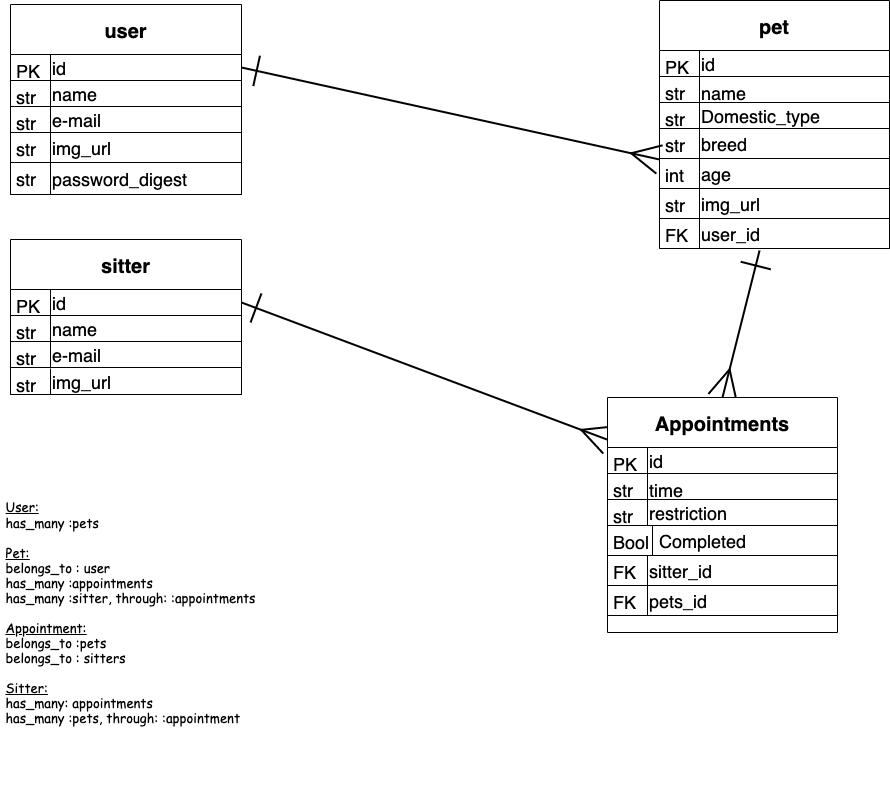
Earlier version of the draw.io export PetCareERD.png (JohnJoseph2019/Pet-Care). Source tidied: cells renumbered, new cells last; positions are measured from the earlier drawing's top-left corner, leaving out a move shared by most shapes.
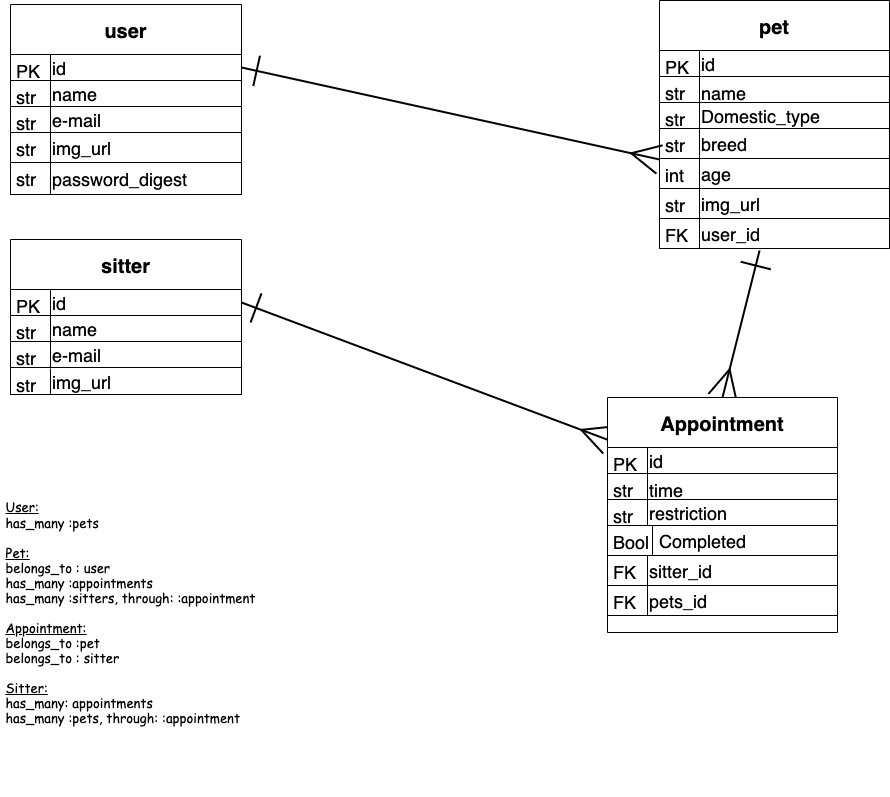
After the change.

Change to the diagram source:
```diff
@@ -11,7 +11,7 @@
     <mxCell id="4" style="edgeStyle=none;rounded=0;comic=0;jettySize=auto;html=1;exitX=1;exitY=0.5;exitDx=0;exitDy=0;entryX=0.004;entryY=0.181;entryDx=0;entryDy=0;startArrow=ERone;startFill=0;startSize=28;endArrow=ERmany;endFill=0;endSize=26;strokeColor=#000000;strokeWidth=2;fontSize=18;entryPerimeter=0;" parent="1" edge="1" source="7" target="43">
       <mxGeometry relative="1" as="geometry" />
     </mxCell>
-    <mxCell id="5" value="&lt;p style=&quot;line-height: 90%&quot;&gt;&lt;/p&gt;&lt;div style=&quot;text-align: left&quot;&gt;&lt;u style=&quot;font-size: 13px&quot;&gt;&lt;font face=&quot;Comic Sans MS&quot;&gt;User:&lt;/font&gt;&lt;/u&gt;&lt;/div&gt;&lt;font style=&quot;font-size: 13px&quot; face=&quot;Comic Sans MS&quot;&gt;&lt;div style=&quot;text-align: left&quot;&gt;&lt;span&gt;has_many :pets&lt;/span&gt;&lt;/div&gt;&lt;div style=&quot;text-align: left&quot;&gt;&lt;span&gt;&lt;br&gt;&lt;/span&gt;&lt;/div&gt;&lt;u&gt;&lt;div style=&quot;text-align: left&quot;&gt;&lt;u&gt;Pet:&lt;/u&gt;&lt;/div&gt;&lt;/u&gt;&lt;div style=&quot;text-align: left&quot;&gt;&lt;span&gt;belongs_to : user&lt;/span&gt;&lt;/div&gt;&lt;div style=&quot;text-align: left&quot;&gt;&lt;span&gt;has_many :appointments&lt;/span&gt;&lt;/div&gt;&lt;div style=&quot;text-align: left&quot;&gt;&lt;span&gt;has_many :sitter, through: :appointments&lt;/span&gt;&lt;/div&gt;&lt;div style=&quot;text-align: left&quot;&gt;&lt;span&gt;&lt;br&gt;&lt;/span&gt;&lt;/div&gt;&lt;u&gt;&lt;div style=&quot;text-align: left&quot;&gt;&lt;u&gt;Appointment:&lt;/u&gt;&lt;/div&gt;&lt;/u&gt;&lt;div style=&quot;text-align: left&quot;&gt;&lt;span&gt;belongs_to :pets&lt;/span&gt;&lt;/div&gt;&lt;div style=&quot;text-align: left&quot;&gt;&lt;span&gt;belongs_to : sitters&lt;/span&gt;&lt;/div&gt;&lt;div style=&quot;text-align: left&quot;&gt;&lt;span&gt;&lt;br&gt;&lt;/span&gt;&lt;/div&gt;&lt;u&gt;&lt;div style=&quot;text-align: left&quot;&gt;&lt;u&gt;Sitter:&lt;/u&gt;&lt;/div&gt;&lt;/u&gt;&lt;div style=&quot;text-align: left&quot;&gt;&lt;span&gt;has_many: appointments&lt;/span&gt;&lt;/div&gt;&lt;div style=&quot;text-align: left&quot;&gt;&lt;span&gt;has_many :pets, through: :appointment&lt;/span&gt;&lt;/div&gt;&lt;/font&gt;&lt;p&gt;&lt;/p&gt;" style="text;html=1;align=center;verticalAlign=middle;fillColor=none;strokeColor=none;rounded=0;fontSize=18;" parent="1" vertex="1">
+    <mxCell id="5" value="&lt;p style=&quot;line-height: 90%&quot;&gt;&lt;/p&gt;&lt;div style=&quot;text-align: left&quot;&gt;&lt;u style=&quot;font-size: 13px&quot;&gt;&lt;font face=&quot;Comic Sans MS&quot;&gt;User:&lt;/font&gt;&lt;/u&gt;&lt;/div&gt;&lt;font style=&quot;font-size: 13px&quot; face=&quot;Comic Sans MS&quot;&gt;&lt;div style=&quot;text-align: left&quot;&gt;&lt;span&gt;has_many :pets&lt;/span&gt;&lt;/div&gt;&lt;div style=&quot;text-align: left&quot;&gt;&lt;span&gt;&lt;br&gt;&lt;/span&gt;&lt;/div&gt;&lt;u&gt;&lt;div style=&quot;text-align: left&quot;&gt;&lt;u&gt;Pet:&lt;/u&gt;&lt;/div&gt;&lt;/u&gt;&lt;div style=&quot;text-align: left&quot;&gt;&lt;span&gt;belongs_to : user&lt;/span&gt;&lt;/div&gt;&lt;div style=&quot;text-align: left&quot;&gt;&lt;span&gt;has_many :appointments&lt;/span&gt;&lt;/div&gt;&lt;div style=&quot;text-align: left&quot;&gt;&lt;span&gt;has_many :sitters, through: :appointment&lt;/span&gt;&lt;/div&gt;&lt;div style=&quot;text-align: left&quot;&gt;&lt;span&gt;&lt;br&gt;&lt;/span&gt;&lt;/div&gt;&lt;u&gt;&lt;div style=&quot;text-align: left&quot;&gt;&lt;u&gt;Appointment:&lt;/u&gt;&lt;/div&gt;&lt;/u&gt;&lt;div style=&quot;text-align: left&quot;&gt;&lt;span&gt;belongs_to :pet&lt;/span&gt;&lt;/div&gt;&lt;div style=&quot;text-align: left&quot;&gt;&lt;span&gt;belongs_to : sitter&lt;/span&gt;&lt;/div&gt;&lt;div style=&quot;text-align: left&quot;&gt;&lt;span&gt;&lt;br&gt;&lt;/span&gt;&lt;/div&gt;&lt;u&gt;&lt;div style=&quot;text-align: left&quot;&gt;&lt;u&gt;Sitter:&lt;/u&gt;&lt;/div&gt;&lt;/u&gt;&lt;div style=&quot;text-align: left&quot;&gt;&lt;span&gt;has_many: appointments&lt;/span&gt;&lt;/div&gt;&lt;div style=&quot;text-align: left&quot;&gt;&lt;span&gt;has_many :pets, through: :appointment&lt;/span&gt;&lt;/div&gt;&lt;/font&gt;&lt;p&gt;&lt;/p&gt;" style="text;html=1;align=center;verticalAlign=middle;fillColor=none;strokeColor=none;rounded=0;fontSize=18;" parent="1" vertex="1">
       <mxGeometry y="424" width="260" height="372" as="geometry" />
     </mxCell>
     <mxCell id="6" value="sitter" style="swimlane;fontStyle=1;horizontal=1;startSize=50;rounded=0;shadow=0;strokeWidth=1;fontSize=20;" parent="1" vertex="1">
@@ -125,7 +125,7 @@
     <mxCell id="42" value="str" style="shape=partialRectangle;top=0;left=0;bottom=0;fillColor=none;align=left;verticalAlign=top;spacingLeft=4;spacingRight=4;overflow=hidden;fontSize=18;" parent="41" vertex="1">
       <mxGeometry width="40" height="26" as="geometry" />
     </mxCell>
-    <mxCell id="43" value="Appointments" style="swimlane;fontStyle=1;horizontal=1;startSize=50;rounded=0;shadow=0;strokeWidth=1;fontSize=20;" parent="1" vertex="1">
+    <mxCell id="43" value="Appointment" style="swimlane;fontStyle=1;horizontal=1;startSize=50;rounded=0;shadow=0;strokeWidth=1;fontSize=20;" parent="1" vertex="1">
       <mxGeometry x="607" y="397" width="230" height="235" as="geometry" />
     </mxCell>
     <mxCell id="44" value="id" style="shape=partialRectangle;top=0;left=0;right=0;bottom=1;align=left;verticalAlign=middle;fillColor=none;spacingLeft=40;spacingRight=4;overflow=hidden;rounded=0;shadow=0;strokeWidth=1;fontStyle=0;fontSize=18;" parent="43" vertex="1">
```
